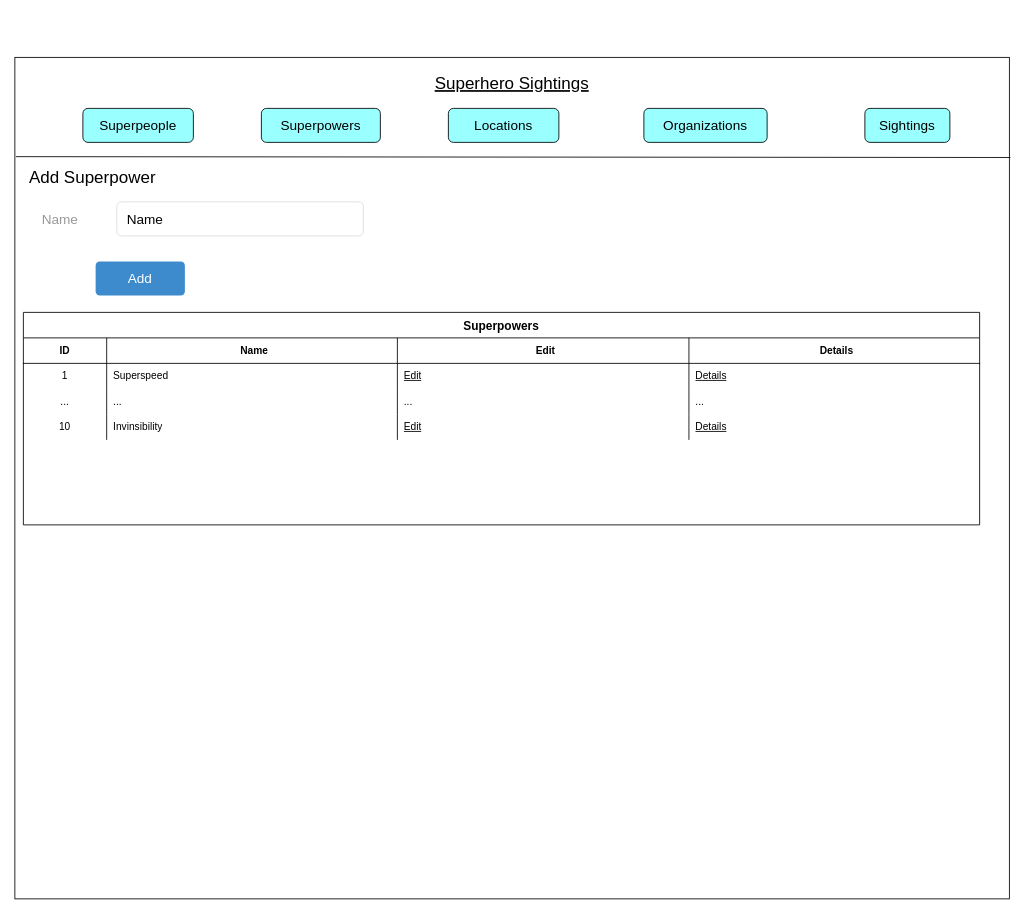
The-Software-Guild/superhero-sightings-assessment-austinwongdev keeps this draw.io diagram as page "Superpower add/list" (6 of 21) of superpersonsightings-wireframes.drawio. Above is the earlier version. Source tidied: cells renumbered, new cells numbered last; positions are measured from the earlier drawing's top-left corner, leaving out a move shared by most shapes. Both pictures are drawn from the tidied source at 85%, with x=0, y=0 at pixel (14, 57).
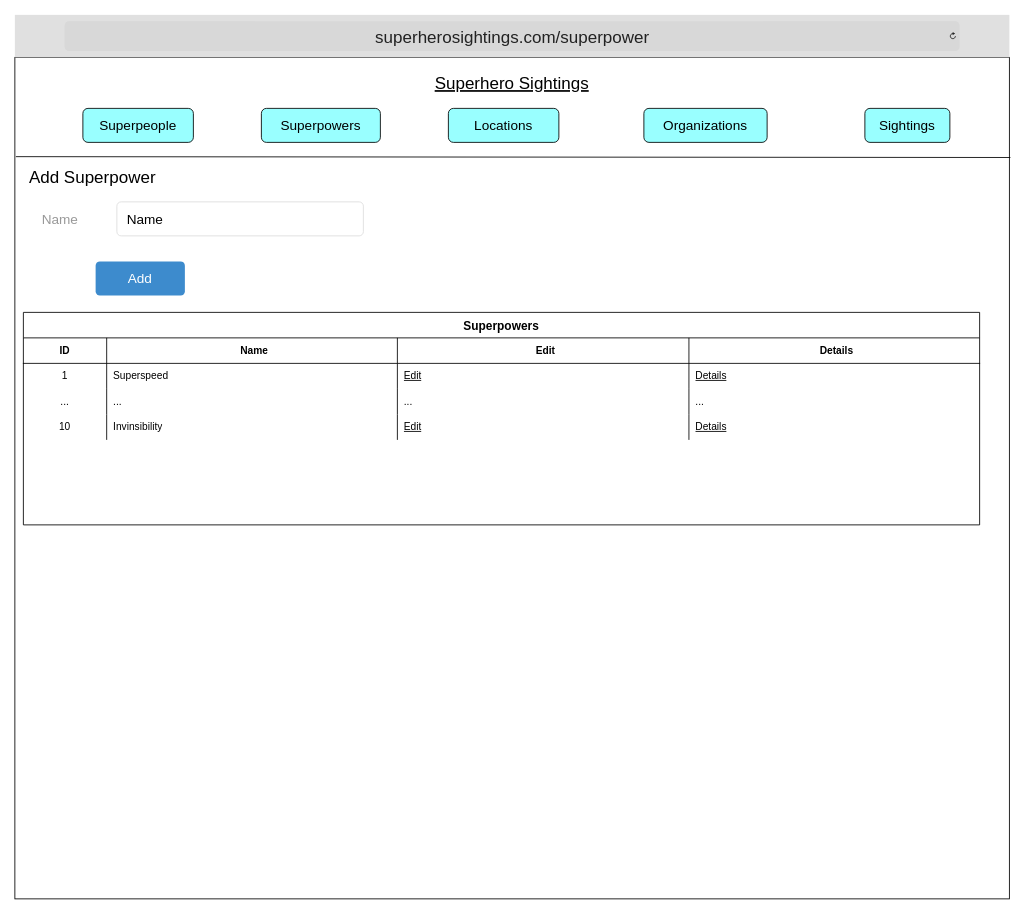
After the change.

The edit, as a diff of the source:
```diff
@@
+    <mxCell id="36" value="&lt;font style=&quot;font-size: 20px&quot;&gt;superherosightings.com/superpower&lt;/font&gt;" style="html=1;strokeWidth=1;shadow=0;dashed=0;shape=mxgraph.ios7ui.url;fillColor=#e0e0e0;strokeColor=#c0c0c0;buttonText=;strokeColor2=#222222;fontColor=#222222;fontSize=8;spacingTop=2;align=center;" parent="1" vertex="1">
+      <mxGeometry y="-50" width="1170" height="50" as="geometry" />
+    </mxCell>
```
